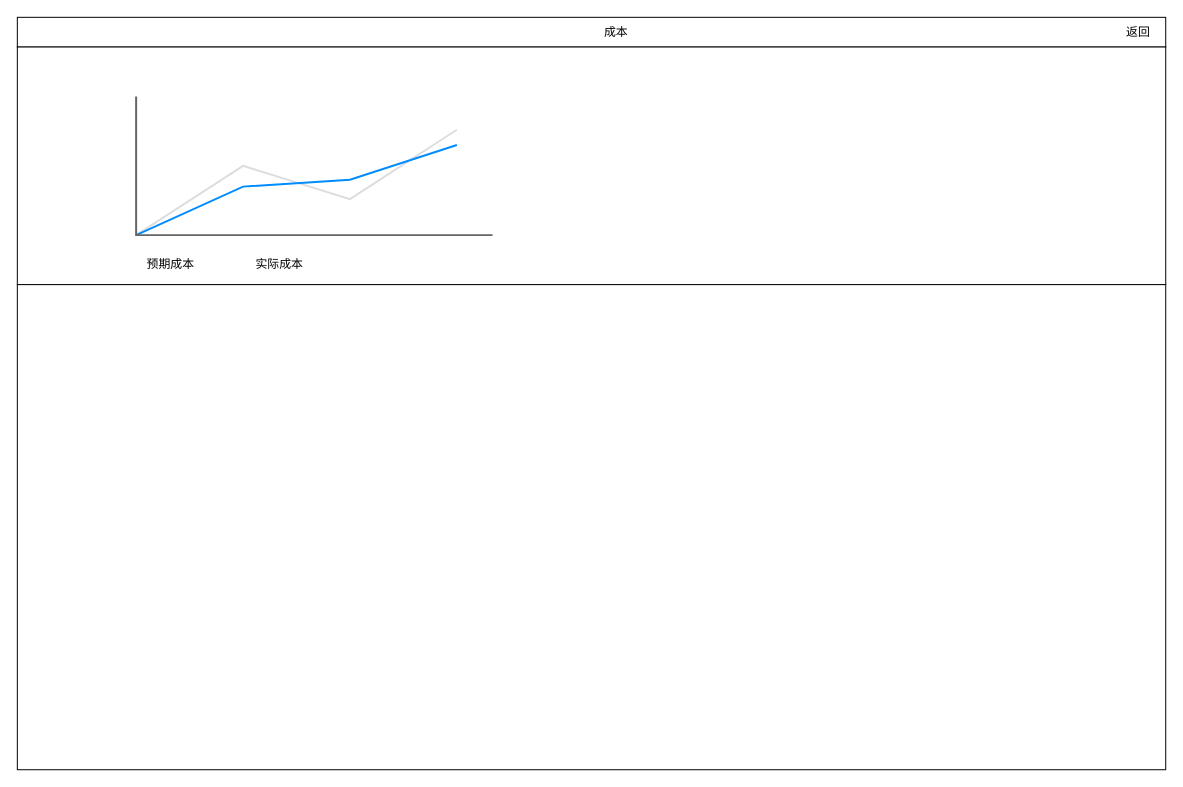
Above: page "pm-project-cost" (7 of 13) of project-in-action/software-develop-management-system/doc/design/ui/sdms.drawio in callistoctopus/project-all-in-one (draw.io), before the change. Source tidied: cells renumbered, new cells numbered last; positions are measured from the earlier drawing's top-left corner, leaving out a move shared by most shapes. Both pictures are drawn from the tidied source at 99%, with x=0, y=0 at pixel (17, 17).
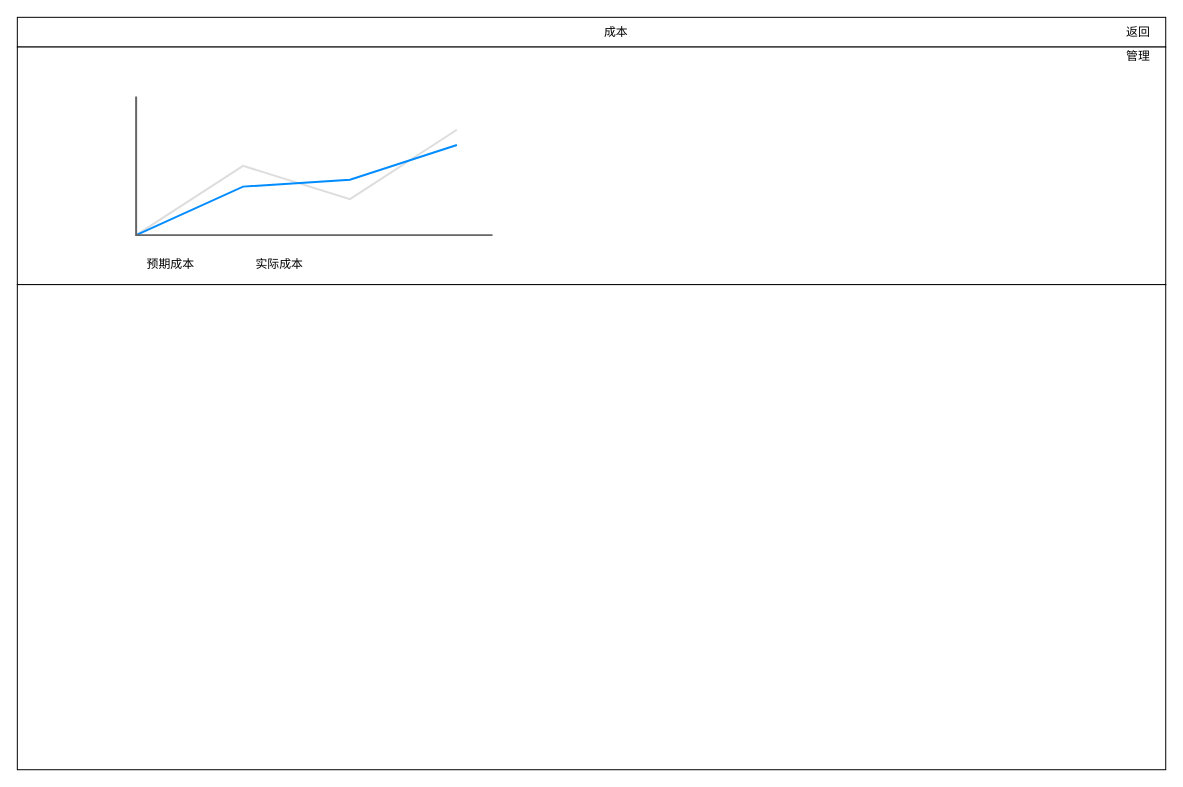
Above is the later version.

What changed in the source:
```diff
@@
 <mxGraphModel>
   <root>
     <mxCell id="0" />
     <mxCell id="1" parent="0" />
     <mxCell id="2" style="whiteSpace=wrap;html=1;" parent="1" vertex="1">
       <mxGeometry width="1160" height="30" as="geometry" />
     </mxCell>
     <mxCell id="3" value="返回" style="text;html=1;strokeColor=none;fillColor=none;align=center;verticalAlign=middle;whiteSpace=wrap;rounded=0;" parent="1" vertex="1">
       <mxGeometry x="1105" y="5" width="55" height="20" as="geometry" />
     </mxCell>
     <mxCell id="4" value="成本" style="text;html=1;strokeColor=none;fillColor=none;align=center;verticalAlign=middle;whiteSpace=wrap;rounded=0;" parent="1" vertex="1">
       <mxGeometry x="530" y="5" width="150" height="20" as="geometry" />
     </mxCell>
     <mxCell id="5" style="rounded=0;whiteSpace=wrap;html=1;fontSize=12;align=left;verticalAlign=middle;" parent="1" vertex="1">
       <mxGeometry y="30" width="1160" height="240" as="geometry" />
     </mxCell>
     <mxCell id="6" style="rounded=0;whiteSpace=wrap;html=1;fontSize=12;align=left;verticalAlign=middle;" parent="1" vertex="1">
       <mxGeometry y="270" width="1160" height="490" as="geometry" />
     </mxCell>
     <mxCell id="7" style="verticalLabelPosition=bottom;shadow=0;dashed=0;align=center;html=1;verticalAlign=top;strokeWidth=1;shape=mxgraph.mockup.graphics.lineChart;strokeColor=none;strokeColor2=#666666;strokeColor3=#008cff;strokeColor4=#dddddd;fontSize=12;" parent="1" vertex="1">
       <mxGeometry x="120" y="80" width="360" height="140" as="geometry" />
     </mxCell>
     <mxCell id="8" value="预期成本" style="text;html=1;strokeColor=none;fillColor=none;align=center;verticalAlign=middle;whiteSpace=wrap;rounded=0;fontSize=12;" parent="1" vertex="1">
       <mxGeometry x="120" y="240" width="70" height="20" as="geometry" />
     </mxCell>
     <mxCell id="9" value="实际成本" style="text;html=1;strokeColor=none;fillColor=none;align=center;verticalAlign=middle;whiteSpace=wrap;rounded=0;fontSize=12;" parent="1" vertex="1">
       <mxGeometry x="230" y="240" width="70" height="20" as="geometry" />
     </mxCell>
+    <mxCell id="10" value="管理" style="text;html=1;strokeColor=none;fillColor=none;align=center;verticalAlign=middle;whiteSpace=wrap;rounded=0;" parent="1" vertex="1">
+      <mxGeometry x="1105" y="30" width="55" height="20" as="geometry" />
+    </mxCell>
   </root>
 </mxGraphModel>
```
